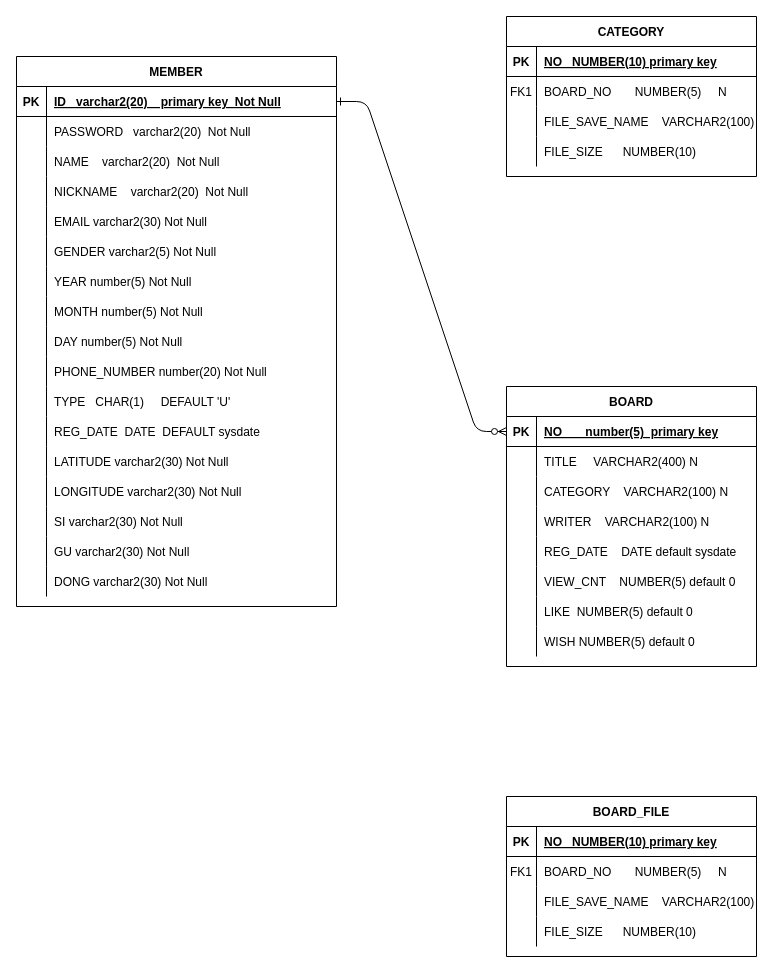
Above: Untitled Diagram.drawio in jypark4205/Guham (draw.io), before the change. Source tidied: cells renumbered, new cells numbered last; positions are measured from the earlier drawing's top-left corner, leaving out a move shared by most shapes. Both pictures are drawn from the tidied source at 100%, with x=0, y=0 at pixel (16, 16).
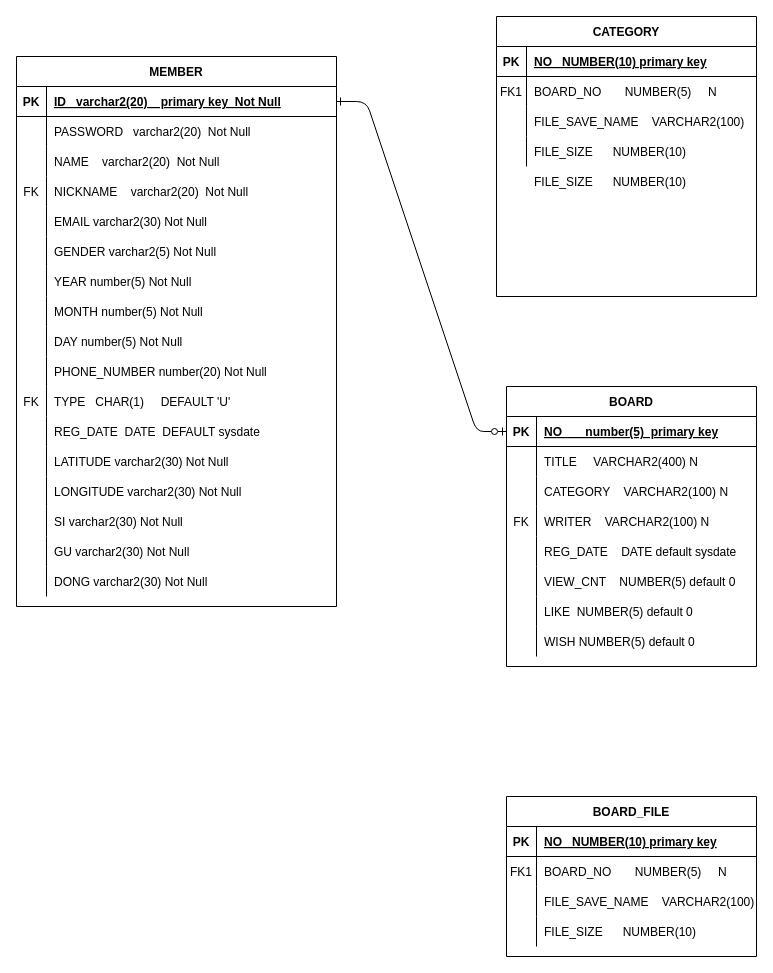
The same diagram, later.

The change refers to these unchanged cells:
```xml
<mxCell id="4" style="shape=partialRectangle;fillColor=none;points=[[0,0.5],[1,0.5]];portConstraint=eastwest;top=0;left=0;right=0;bottom=1;" parent="3" vertex="1">
  <mxGeometry y="30" width="250" height="30" as="geometry" />
</mxCell>
<mxCell id="13" style="shape=partialRectangle;fillColor=none;top=0;left=0;right=0;bottom=0;" parent="3" vertex="1">
  <mxGeometry y="120" width="250" height="30" as="geometry" />
</mxCell>
<mxCell id="29" style="shape=partialRectangle;fillColor=none;points=[[0,0.5],[1,0.5]];portConstraint=eastwest;top=0;left=0;right=0;bottom=1;" parent="28" vertex="1">
  <mxGeometry y="30" width="320" height="30" as="geometry" />
</mxCell>
<mxCell id="38" style="shape=partialRectangle;fillColor=none;top=0;left=0;right=0;bottom=0;" parent="28" vertex="1">
  <mxGeometry y="120" width="320" height="30" as="geometry" />
</mxCell>
<mxCell id="59" style="shape=partialRectangle;fillColor=none;top=0;left=0;right=0;bottom=0;" parent="28" vertex="1">
  <mxGeometry y="330" width="320" height="30" as="geometry" />
</mxCell>
```

What changed in the source:
```diff
@@
-    <mxCell id="2" style="edgeStyle=entityRelationEdgeStyle;endArrow=ERzeroToMany;startArrow=ERone;endFill=1;startFill=0;entryX=0;entryY=0.5;entryDx=0;entryDy=0;" parent="1" edge="1" source="29" target="4">
+    <mxCell id="2" style="edgeStyle=entityRelationEdgeStyle;endArrow=ERzeroToOne;startArrow=ERone;endFill=0;startFill=0;entryX=0;entryY=0.5;entryDx=0;entryDy=0;" parent="1" edge="1" source="29" target="4">
       <mxGeometry relative="1" as="geometry" />
     </mxCell>
@@
-    <mxCell id="14" style="shape=partialRectangle;overflow=hidden;fillColor=none;top=0;left=0;bottom=0;right=0;" parent="13" vertex="1">
+    <mxCell id="14" value="FK" style="shape=partialRectangle;overflow=hidden;fillColor=none;top=0;left=0;bottom=0;right=0;" parent="13" vertex="1">
       <mxGeometry width="30" height="30" as="geometry" />
     </mxCell>
@@
-    <mxCell id="39" style="shape=partialRectangle;overflow=hidden;fillColor=none;top=0;left=0;bottom=0;right=0;" parent="38" vertex="1">
+    <mxCell id="39" value="FK" style="shape=partialRectangle;overflow=hidden;fillColor=none;top=0;left=0;bottom=0;right=0;" parent="38" vertex="1">
       <mxGeometry width="30" height="30" as="geometry" />
     </mxCell>
@@
-    <mxCell id="60" style="shape=partialRectangle;overflow=hidden;fillColor=none;top=0;left=0;bottom=0;right=0;" parent="59" vertex="1">
+    <mxCell id="60" value="FK" style="shape=partialRectangle;overflow=hidden;fillColor=none;top=0;left=0;bottom=0;right=0;" parent="59" vertex="1">
       <mxGeometry width="30" height="30" as="geometry" />
     </mxCell>
@@
     <mxCell id="93" value="CATEGORY" style="shape=table;startSize=30;childLayout=tableLayout;rowLines=0;fontStyle=1;align=center;" parent="1" vertex="1">
-      <mxGeometry x="490" width="250" height="160" as="geometry" />
+      <mxGeometry x="480" width="260" height="280" as="geometry" />
     </mxCell>
     <mxCell id="94" style="shape=partialRectangle;fillColor=none;top=0;left=0;right=0;bottom=1;" parent="93" vertex="1">
-      <mxGeometry y="30" width="250" height="30" as="geometry" />
+      <mxGeometry y="30" width="260" height="30" as="geometry" />
     </mxCell>
@@
     <mxCell id="96" value="NO   NUMBER(10) primary key " style="shape=partialRectangle;overflow=hidden;fillColor=none;top=0;left=0;bottom=0;right=0;align=left;spacingLeft=6;fontStyle=5;" parent="94" vertex="1">
-      <mxGeometry x="30" width="220" height="30" as="geometry" />
+      <mxGeometry x="30" width="230" height="30" as="geometry" />
     </mxCell>
     <mxCell id="97" style="shape=partialRectangle;fillColor=none;top=0;left=0;right=0;bottom=0;" parent="93" vertex="1">
-      <mxGeometry y="60" width="250" height="30" as="geometry" />
+      <mxGeometry y="60" width="260" height="30" as="geometry" />
     </mxCell>
@@
     <mxCell id="99" value="BOARD_NO       NUMBER(5)     N" style="shape=partialRectangle;overflow=hidden;fillColor=none;top=0;left=0;bottom=0;right=0;align=left;spacingLeft=6;" parent="97" vertex="1">
-      <mxGeometry x="30" width="220" height="30" as="geometry" />
+      <mxGeometry x="30" width="230" height="30" as="geometry" />
     </mxCell>
     <mxCell id="100" style="shape=partialRectangle;fillColor=none;top=0;left=0;right=0;bottom=0;" parent="93" vertex="1">
-      <mxGeometry y="90" width="250" height="30" as="geometry" />
+      <mxGeometry y="90" width="260" height="30" as="geometry" />
     </mxCell>
@@
     <mxCell id="102" value="FILE_SAVE_NAME    VARCHAR2(100)" style="shape=partialRectangle;overflow=hidden;fillColor=none;top=0;left=0;bottom=0;right=0;align=left;spacingLeft=6;" parent="100" vertex="1">
-      <mxGeometry x="30" width="220" height="30" as="geometry" />
+      <mxGeometry x="30" width="230" height="30" as="geometry" />
     </mxCell>
     <mxCell id="103" style="shape=partialRectangle;fillColor=none;top=0;left=0;right=0;bottom=0;" parent="93" vertex="1">
-      <mxGeometry y="120" width="250" height="30" as="geometry" />
+      <mxGeometry y="120" width="260" height="30" as="geometry" />
     </mxCell>
@@
     <mxCell id="105" value="FILE_SIZE      NUMBER(10)" style="shape=partialRectangle;overflow=hidden;fillColor=none;top=0;left=0;bottom=0;right=0;align=left;spacingLeft=6;" parent="103" vertex="1">
-      <mxGeometry x="30" width="220" height="30" as="geometry" />
+      <mxGeometry x="30" width="230" height="30" as="geometry" />
     </mxCell>
+    <mxCell id="106" value="FILE_SIZE      NUMBER(10)" style="shape=partialRectangle;overflow=hidden;fillColor=none;top=0;left=0;bottom=0;right=0;align=left;spacingLeft=6;" parent="1" vertex="1">
+      <mxGeometry x="510" y="150" width="220" height="30" as="geometry" />
+    </mxCell>
```
